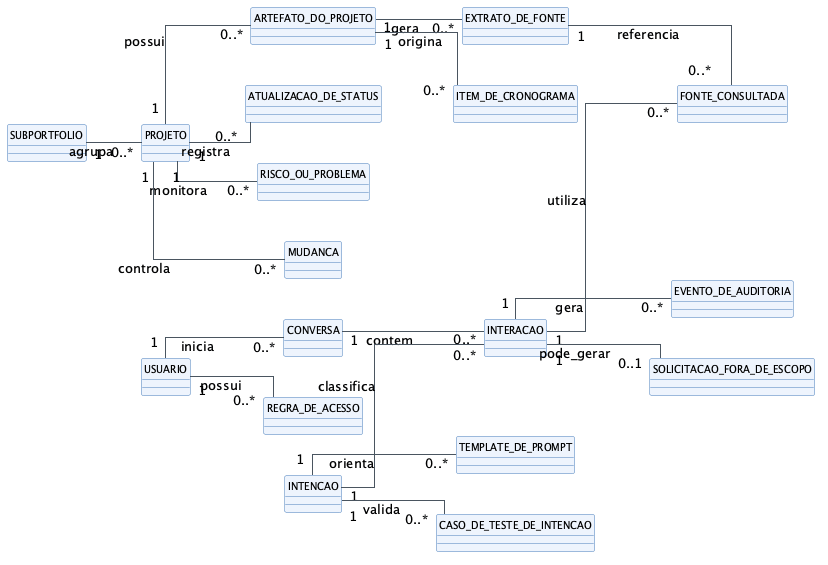
Above: docs/img/modelo-conceitual.png in jjalmeidadev/oneshot (PlantUML), before the change.
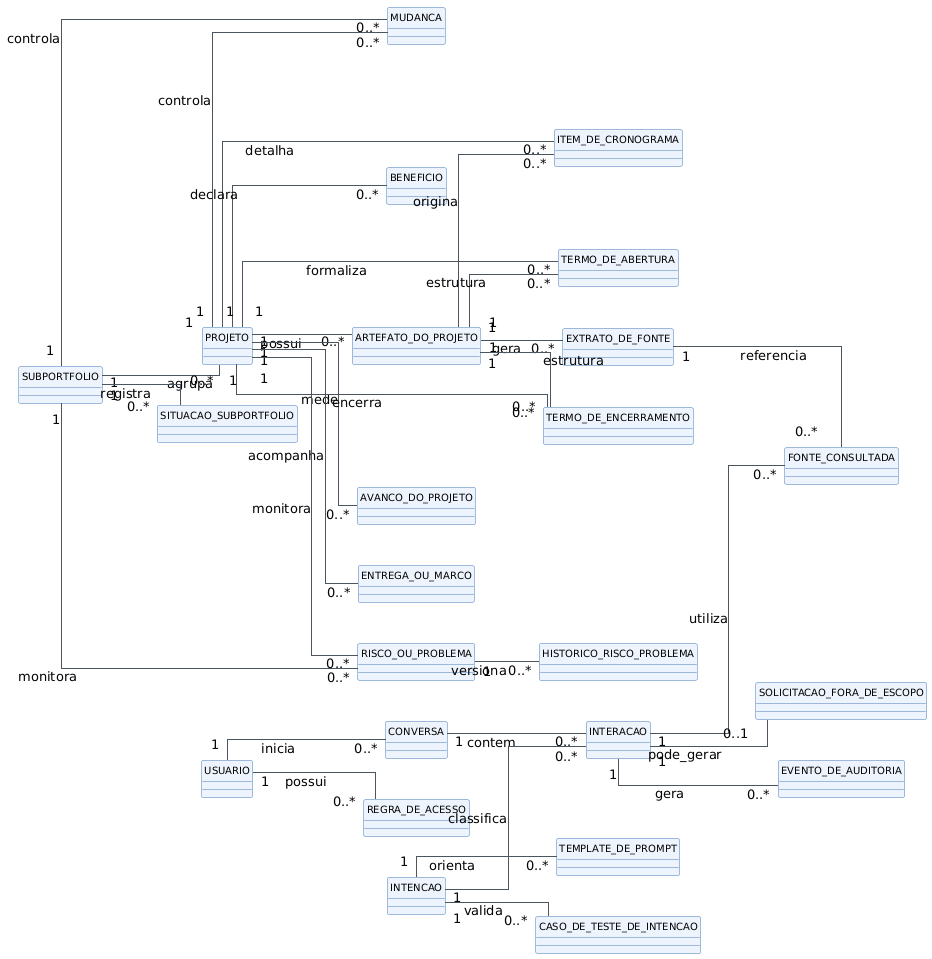
The same diagram one commit later.

Diff of the diagram source:
```diff
@@ -1,4 +1,4 @@
-@startuml modelo-conceitual
+@startuml
 skinparam shadowing false
 skinparam linetype ortho
 skinparam nodesep 40
@@ -14,20 +14,35 @@
 left to right direction
 
 SUBPORTFOLIO "1" -- "0..*" PROJETO : agrupa
+SUBPORTFOLIO "1" -- "0..*" SITUACAO_SUBPORTFOLIO : registra
+SUBPORTFOLIO "1" -- "0..*" RISCO_OU_PROBLEMA : monitora
+SUBPORTFOLIO "1" -- "0..*" MUDANCA : controla
+
 PROJETO "1" -- "0..*" ARTEFATO_DO_PROJETO : possui
+PROJETO "1" -- "0..*" AVANCO_DO_PROJETO : mede
+PROJETO "1" -- "0..*" ENTREGA_OU_MARCO : acompanha
+PROJETO "1" -- "0..*" ITEM_DE_CRONOGRAMA : detalha
+PROJETO "1" -- "0..*" RISCO_OU_PROBLEMA : monitora
+PROJETO "1" -- "0..*" MUDANCA : controla
+PROJETO "1" -- "0..*" BENEFICIO : declara
+PROJETO "1" -- "0..*" TERMO_DE_ABERTURA : formaliza
+PROJETO "1" -- "0..*" TERMO_DE_ENCERRAMENTO : encerra
+
 ARTEFATO_DO_PROJETO "1" -- "0..*" EXTRATO_DE_FONTE : gera
 ARTEFATO_DO_PROJETO "1" -- "0..*" ITEM_DE_CRONOGRAMA : origina
-PROJETO "1" -- "0..*" ATUALIZACAO_DE_STATUS : registra
-PROJETO "1" -- "0..*" RISCO_OU_PROBLEMA : monitora
-PROJETO "1" -- "0..*" MUDANCA : controla
+ARTEFATO_DO_PROJETO "1" -- "0..*" TERMO_DE_ABERTURA : estrutura
+ARTEFATO_DO_PROJETO "1" -- "0..*" TERMO_DE_ENCERRAMENTO : estrutura
+
+RISCO_OU_PROBLEMA "1" -- "0..*" HISTORICO_RISCO_PROBLEMA : versiona
+
 USUARIO "1" -- "0..*" CONVERSA : inicia
+USUARIO "1" -- "0..*" REGRA_DE_ACESSO : possui
 CONVERSA "1" -- "0..*" INTERACAO : contem
 INTENCAO "1" -- "0..*" INTERACAO : classifica
+INTENCAO "1" -- "0..*" TEMPLATE_DE_PROMPT : orienta
+INTENCAO "1" -- "0..*" CASO_DE_TESTE_DE_INTENCAO : valida
 INTERACAO "1" -- "0..*" FONTE_CONSULTADA : utiliza
 EXTRATO_DE_FONTE "1" -- "0..*" FONTE_CONSULTADA : referencia
 INTERACAO "1" -- "0..*" EVENTO_DE_AUDITORIA : gera
 INTERACAO "1" -- "0..1" SOLICITACAO_FORA_DE_ESCOPO : pode_gerar
-USUARIO "1" -- "0..*" REGRA_DE_ACESSO : possui
-INTENCAO "1" -- "0..*" TEMPLATE_DE_PROMPT : orienta
-INTENCAO "1" -- "0..*" CASO_DE_TESTE_DE_INTENCAO : valida
 @enduml
```
